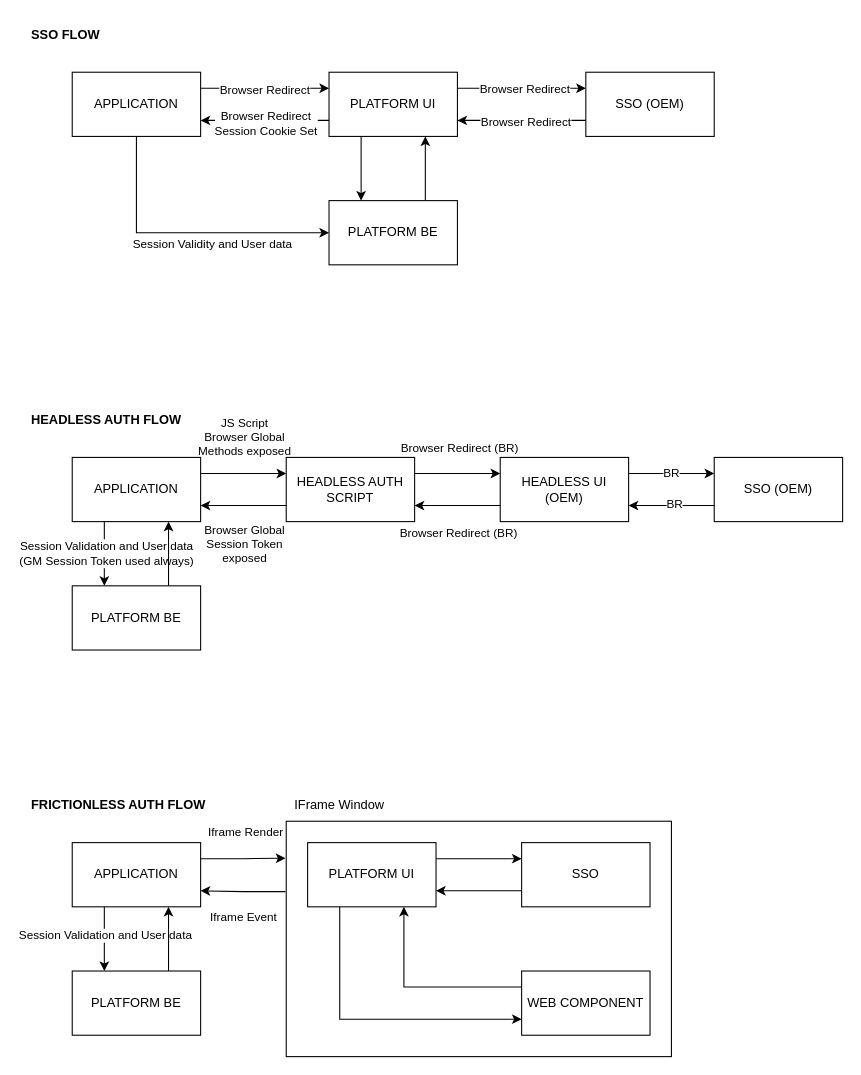
The draw.io diagram LOGIN-FLOWS.drawio in ssharifdev/draw.io, before the edit. Source tidied: cells renumbered, new cells numbered last; positions are measured from the earlier drawing's top-left corner, leaving out a move shared by most shapes. Both pictures are drawn from the tidied source at 107%, with x=0, y=0 at pixel (29, 18).
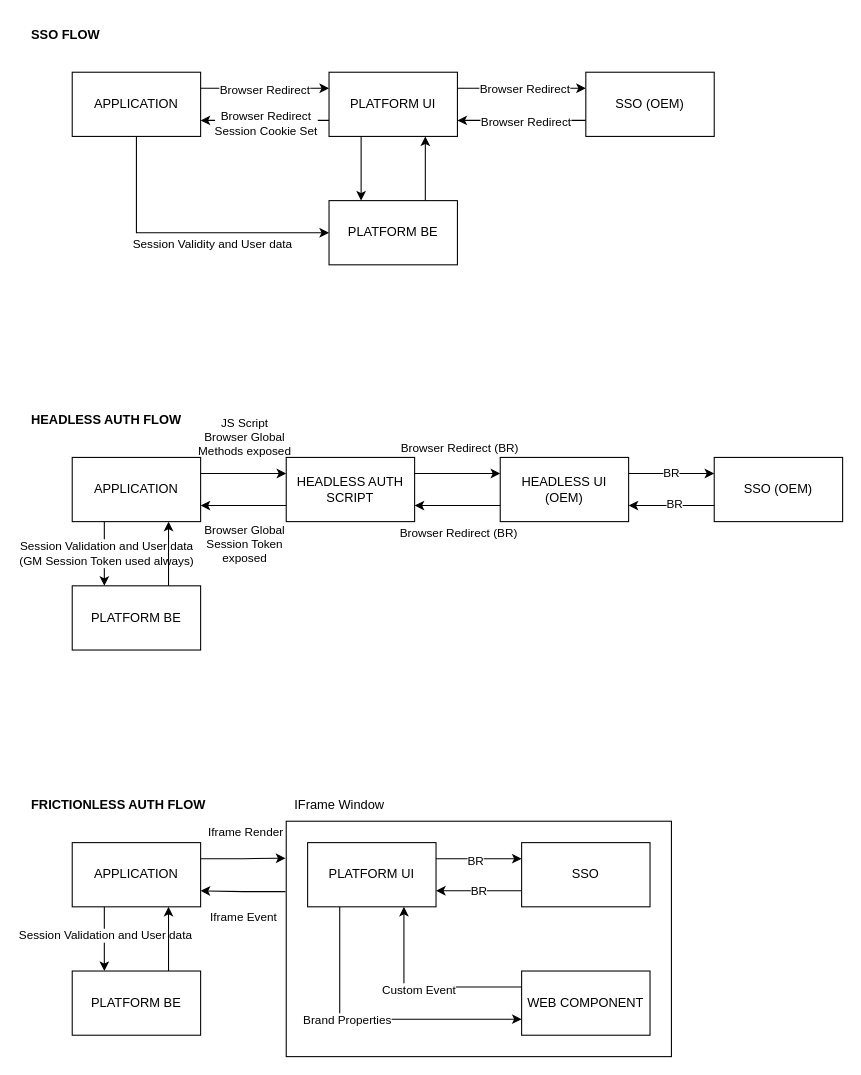
Above is the later version.

The change refers to these unchanged cells:
```xml
<mxCell id="2" style="rounded=0;whiteSpace=wrap;html=1;fillColor=none;" parent="1" vertex="1">
  <mxGeometry x="240" y="750" width="360" height="220" as="geometry" />
</mxCell>
<mxCell id="44" value="APPLICATION" style="rounded=0;whiteSpace=wrap;html=1;" parent="1" vertex="1">
  <mxGeometry x="40" y="770" width="120" height="60" as="geometry" />
</mxCell>
<mxCell id="45" style="edgeStyle=orthogonalEdgeStyle;rounded=0;jettySize=auto;html=1;entryX=0;entryY=0.25;entryDx=0;entryDy=0;exitX=1;exitY=0.25;exitDx=0;exitDy=0;" parent="1" edge="1" source="47" target="49">
  <mxGeometry relative="1" as="geometry" />
</mxCell>
<mxCell id="46" style="edgeStyle=orthogonalEdgeStyle;rounded=0;jettySize=auto;html=1;entryX=0;entryY=0.75;entryDx=0;entryDy=0;exitX=0.25;exitY=1;exitDx=0;exitDy=0;" parent="1" edge="1" source="47" target="51">
  <mxGeometry relative="1" as="geometry" />
</mxCell>
<mxCell id="47" value="PLATFORM UI" style="rounded=0;whiteSpace=wrap;html=1;" parent="1" vertex="1">
  <mxGeometry x="260" y="770" width="120" height="60" as="geometry" />
</mxCell>
<mxCell id="49" value="SSO" style="rounded=0;whiteSpace=wrap;html=1;" parent="1" vertex="1">
  <mxGeometry x="460" y="770" width="120" height="60" as="geometry" />
</mxCell>
<mxCell id="50" style="edgeStyle=orthogonalEdgeStyle;rounded=0;jettySize=auto;html=1;entryX=0.75;entryY=1;entryDx=0;entryDy=0;exitX=0;exitY=0.25;exitDx=0;exitDy=0;" parent="1" edge="1" source="51" target="47">
  <mxGeometry relative="1" as="geometry" />
</mxCell>
```

Diff of the diagram source:
```diff
@@
     <mxCell id="3" value="Iframe Event" style="edgeStyle=orthogonalEdgeStyle;rounded=0;jettySize=auto;html=1;entryX=1;entryY=0.75;entryDx=0;entryDy=0;exitX=-0.002;exitY=0.299;exitDx=0;exitDy=0;exitPerimeter=0;labelBackgroundColor=none;" parent="1" edge="1" source="2" target="44">
-      <mxGeometry x="-0.03" y="-24" relative="1" as="geometry">
+      <mxGeometry x="-0.02" y="-24" relative="1" as="geometry">
         <mxPoint x="-24" y="24" as="offset" />
       </mxGeometry>
     </mxCell>
@@
+    <mxCell id="57" value="BR" style="edgeLabel;html=1;align=center;verticalAlign=middle;" parent="45" vertex="1">
+      <mxGeometry x="-0.09" y="-1" relative="1" as="geometry" />
+    </mxCell>
@@
+    <mxCell id="58" value="Brand Properties" style="edgeLabel;html=1;align=center;verticalAlign=middle;" parent="46" vertex="1">
+      <mxGeometry x="-0.19" relative="1" as="geometry" />
+    </mxCell>
@@
-    <mxCell id="48" style="edgeStyle=orthogonalEdgeStyle;rounded=0;jettySize=auto;html=1;entryX=1;entryY=0.75;entryDx=0;entryDy=0;exitX=0;exitY=0.75;exitDx=0;exitDy=0;" parent="1" edge="1" source="49" target="47">
+    <mxCell id="48" value="BR" style="edgeStyle=orthogonalEdgeStyle;rounded=0;jettySize=auto;html=1;entryX=1;entryY=0.75;entryDx=0;entryDy=0;exitX=0;exitY=0.75;exitDx=0;exitDy=0;" parent="1" edge="1" source="49" target="47">
       <mxGeometry relative="1" as="geometry" />
     </mxCell>
@@
+    <mxCell id="59" value="Custom Event" style="edgeLabel;html=1;align=center;verticalAlign=middle;" parent="50" vertex="1">
+      <mxGeometry x="0.05" y="2" relative="1" as="geometry" />
+    </mxCell>
```
